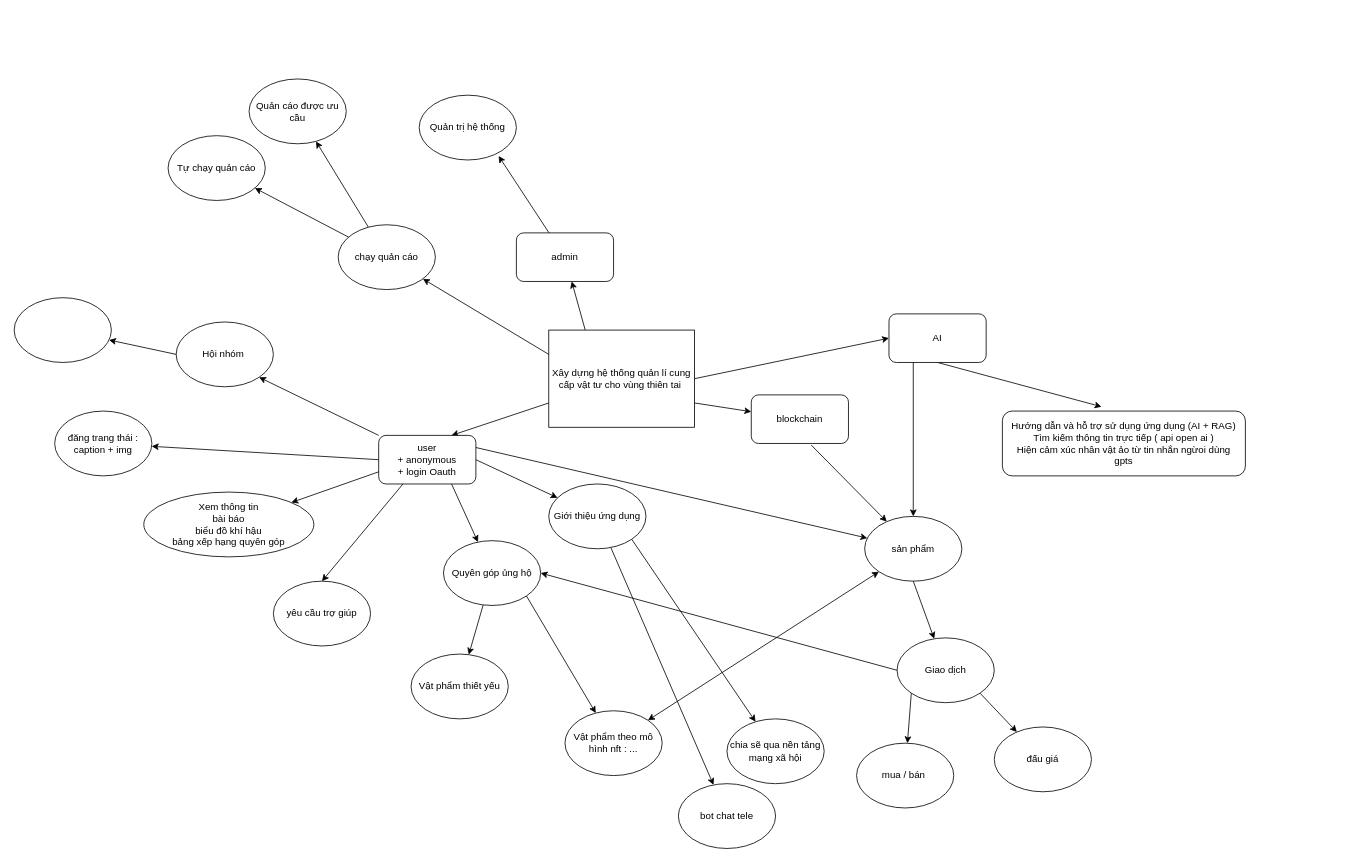
Above: design.dio in cnkhUtc2/design (draw.io), before the change. Source tidied: cells renumbered, new cells numbered last; positions are measured from the earlier drawing's top-left corner, leaving out a move shared by most shapes. Both pictures are drawn from the tidied source at 81%, with x=0, y=0 at pixel (14, 79).
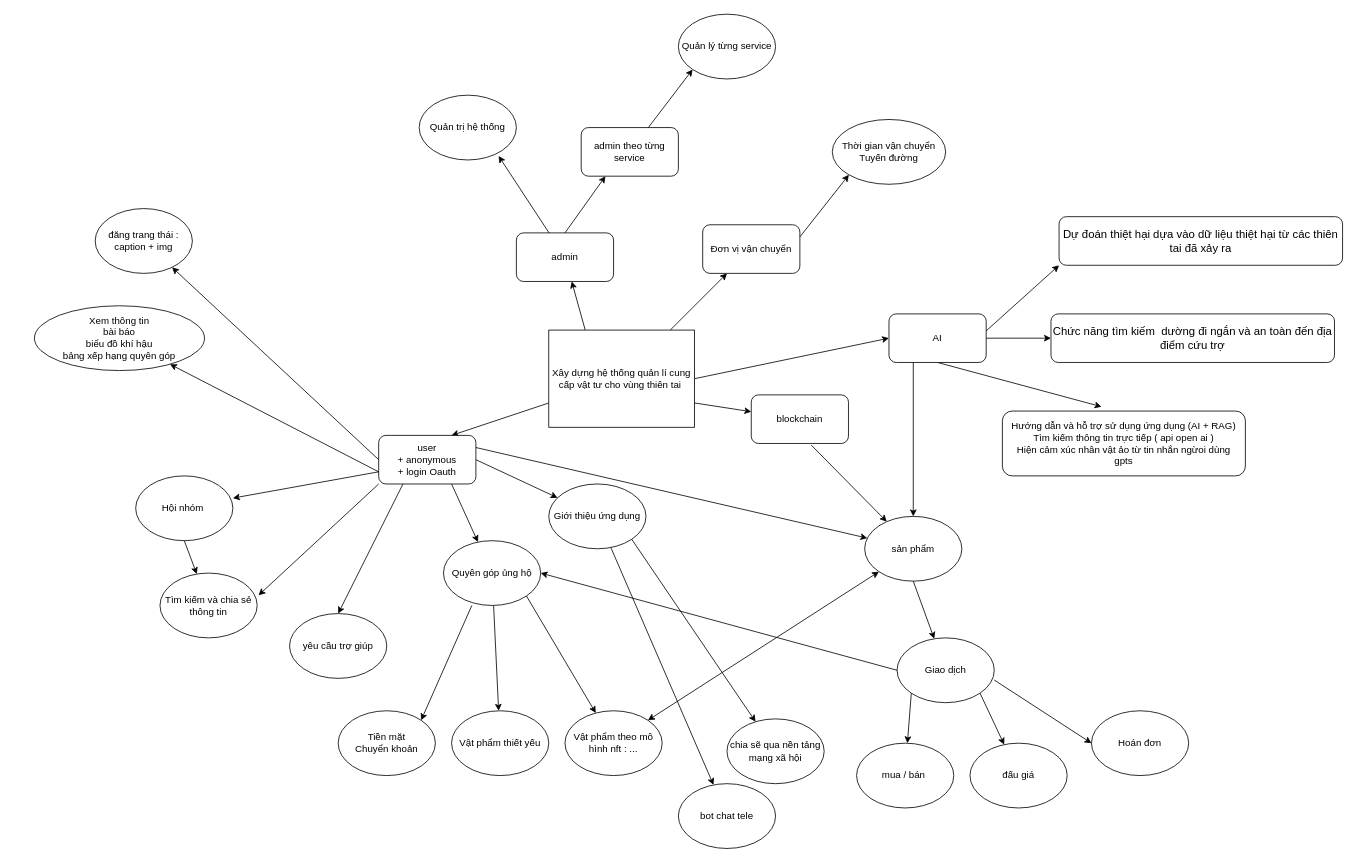
Above is the later version.

The change refers to these unchanged cells:
```xml
<mxCell id="3" value="Xây dựng hệ thống quản lí cung cấp vật tư cho vùng thiên tai&amp;nbsp;" style="rounded=0;whiteSpace=wrap;html=1;" parent="1" vertex="1">
  <mxGeometry x="660" y="310" width="180" height="120" as="geometry" />
</mxCell>
<mxCell id="5" value="user&lt;br&gt;+ anonymous&lt;br&gt;+ login Oauth" style="rounded=1;whiteSpace=wrap;html=1;" parent="1" vertex="1">
  <mxGeometry x="450" y="440" width="120" height="60" as="geometry" />
</mxCell>
<mxCell id="10" value="Quyên góp ủng hộ" style="ellipse;whiteSpace=wrap;html=1;" parent="1" vertex="1">
  <mxGeometry x="530" y="570" width="120" height="80" as="geometry" />
</mxCell>
<mxCell id="17" value="AI" style="rounded=1;whiteSpace=wrap;html=1;" parent="1" vertex="1">
  <mxGeometry x="1080" y="290" width="120" height="60" as="geometry" />
</mxCell>
<mxCell id="24" value="admin" style="rounded=1;whiteSpace=wrap;html=1;" parent="1" vertex="1">
  <mxGeometry x="620" y="190" width="120" height="60" as="geometry" />
</mxCell>
<mxCell id="42" value="Giao dịch" style="ellipse;whiteSpace=wrap;html=1;" parent="1" vertex="1">
  <mxGeometry x="1090" y="690" width="120" height="80" as="geometry" />
</mxCell>
```

The edit, as a diff of the source:
```diff
@@
     <mxCell id="12" value="yêu cầu trợ giúp" style="ellipse;whiteSpace=wrap;html=1;" parent="1" vertex="1">
-      <mxGeometry x="320" y="620" width="120" height="80" as="geometry" />
+      <mxGeometry x="340" y="660" width="120" height="80" as="geometry" />
     </mxCell>
@@
     <mxCell id="14" value="Xem thông tin&lt;br&gt;bài báo&lt;br&gt;biểu đồ khí hậu&lt;br&gt;bảng xếp hạng quyên góp" style="ellipse;whiteSpace=wrap;html=1;" parent="1" vertex="1">
-      <mxGeometry x="160" y="510" width="210" height="80" as="geometry" />
+      <mxGeometry x="25" y="280" width="210" height="80" as="geometry" />
     </mxCell>
@@
+    <mxCell id="55" style="edgeStyle=none;html=1;" parent="1" edge="1" source="17" target="56">
+      <mxGeometry relative="1" as="geometry" />
+    </mxCell>
@@
-    <mxCell id="19" style="endArrow=classic;html=1;exitX=0;exitY=0.25;exitDx=0;exitDy=0;" parent="1" edge="1" source="3" target="21">
-      <mxGeometry relative="1" as="geometry" />
-    </mxCell>
-    <mxCell id="20" style="edgeStyle=none;html=1;" parent="1" edge="1" source="21" target="32">
-      <mxGeometry relative="1" as="geometry" />
-    </mxCell>
-    <mxCell id="21" value="chạy quản cáo" style="ellipse;whiteSpace=wrap;html=1;" parent="1" vertex="1">
-      <mxGeometry x="400" y="180" width="120" height="80" as="geometry" />
-    </mxCell>
@@
     <mxCell id="26" value="Vật phẩm thiết yếu" style="ellipse;whiteSpace=wrap;html=1;" parent="1" vertex="1">
-      <mxGeometry x="490" y="710" width="120" height="80" as="geometry" />
+      <mxGeometry x="540" y="780" width="120" height="80" as="geometry" />
     </mxCell>
@@
-    <mxCell id="30" style="endArrow=classic;html=1;" parent="1" edge="1" source="21" target="31">
-      <mxGeometry relative="1" as="geometry" />
-    </mxCell>
-    <mxCell id="31" value="Tự chạy quản cáo" style="ellipse;whiteSpace=wrap;html=1;" parent="1" vertex="1">
-      <mxGeometry x="190" y="70" width="120" height="80" as="geometry" />
-    </mxCell>
-    <mxCell id="32" value="Quản cáo được ưu cầu" style="ellipse;whiteSpace=wrap;html=1;" parent="1" vertex="1">
-      <mxGeometry x="290" width="120" height="80" as="geometry" />
-    </mxCell>
@@
     <mxCell id="34" value="đăng trang thái : caption + img" style="ellipse;whiteSpace=wrap;html=1;" parent="1" vertex="1">
-      <mxGeometry x="50" y="410" width="120" height="80" as="geometry" />
+      <mxGeometry x="100" y="160" width="120" height="80" as="geometry" />
     </mxCell>
@@
     <mxCell id="47" value="đấu giá" style="ellipse;whiteSpace=wrap;html=1;" parent="1" vertex="1">
-      <mxGeometry x="1210" y="800" width="120" height="80" as="geometry" />
+      <mxGeometry x="1180" y="820" width="120" height="80" as="geometry" />
     </mxCell>
@@
-    <mxCell id="49" style="endArrow=classic;html=1;exitX=0;exitY=0;exitDx=0;exitDy=0;entryX=1;entryY=1;entryDx=0;entryDy=0;" parent="1" edge="1" source="5" target="50">
-      <mxGeometry relative="1" as="geometry" />
-    </mxCell>
-    <mxCell id="50" value="Hội nhóm&amp;nbsp;" style="ellipse;whiteSpace=wrap;html=1;" parent="1" vertex="1">
-      <mxGeometry x="200" y="300" width="120" height="80" as="geometry" />
-    </mxCell>
-    <mxCell id="51" style="endArrow=classic;html=1;exitX=0;exitY=0.5;exitDx=0;exitDy=0;" parent="1" edge="1" source="50" target="52">
-      <mxGeometry relative="1" as="geometry" />
-    </mxCell>
-    <mxCell id="52" style="ellipse;whiteSpace=wrap;html=1;" parent="1" vertex="1">
-      <mxGeometry y="270" width="120" height="80" as="geometry" />
-    </mxCell>
@@
+    <mxCell id="56" value="&lt;font style=&quot;font-size: 14px;&quot;&gt;Chức năng tìm kiếm&amp;nbsp; dường đi ngắn và an toàn đến địa điểm cứu trợ&lt;/font&gt;" style="rounded=1;whiteSpace=wrap;html=1;" parent="1" vertex="1">
+      <mxGeometry x="1280" y="290" width="350" height="60" as="geometry" />
+    </mxCell>
+    <mxCell id="57" value="Đơn vị vận chuyển" style="rounded=1;whiteSpace=wrap;html=1;" parent="1" vertex="1">
+      <mxGeometry x="850" y="180" width="120" height="60" as="geometry" />
+    </mxCell>
+    <mxCell id="58" value="Thời gian vận chuyển&lt;div&gt;Tuyến đường&lt;/div&gt;" style="ellipse;whiteSpace=wrap;html=1;" parent="1" vertex="1">
+      <mxGeometry x="1010" y="50" width="140" height="80" as="geometry" />
+    </mxCell>
+    <mxCell id="59" style="endArrow=classic;html=1;" parent="1" edge="1" target="57">
+      <mxGeometry relative="1" as="geometry">
+        <mxPoint x="810" y="310" as="sourcePoint" />
+      </mxGeometry>
+    </mxCell>
+    <mxCell id="60" style="edgeStyle=none;html=1;exitX=1;exitY=0.25;exitDx=0;exitDy=0;entryX=0;entryY=1;entryDx=0;entryDy=0;" parent="1" edge="1" source="57" target="58">
+      <mxGeometry relative="1" as="geometry" />
+    </mxCell>
+    <mxCell id="61" value="&lt;font style=&quot;font-size: 14px;&quot;&gt;Dự đoán thiệt hại dựa vào dữ liệu thiệt hại từ các thiên tai đã xảy ra&lt;/font&gt;" style="rounded=1;whiteSpace=wrap;html=1;" parent="1" vertex="1">
+      <mxGeometry x="1290" y="170" width="350" height="60" as="geometry" />
+    </mxCell>
+    <mxCell id="62" style="endArrow=classic;html=1;entryX=0;entryY=1;entryDx=0;entryDy=0;" parent="1" edge="1" target="61">
+      <mxGeometry relative="1" as="geometry">
+        <mxPoint x="1200" y="311" as="sourcePoint" />
+      </mxGeometry>
+    </mxCell>
+    <mxCell id="63" value="admin theo từng service" style="rounded=1;whiteSpace=wrap;html=1;" parent="1" vertex="1">
+      <mxGeometry x="700" y="60" width="120" height="60" as="geometry" />
+    </mxCell>
+    <mxCell id="64" value="Quản lý từng service" style="ellipse;whiteSpace=wrap;html=1;" parent="1" vertex="1">
+      <mxGeometry x="820" y="-80" width="120" height="80" as="geometry" />
+    </mxCell>
+    <mxCell id="65" style="edgeStyle=none;html=1;entryX=0.25;entryY=1;entryDx=0;entryDy=0;exitX=0.5;exitY=0;exitDx=0;exitDy=0;" parent="1" edge="1" source="24" target="63">
+      <mxGeometry relative="1" as="geometry" />
+    </mxCell>
+    <mxCell id="66" style="edgeStyle=none;html=1;entryX=0;entryY=1;entryDx=0;entryDy=0;" parent="1" edge="1" source="63" target="64">
+      <mxGeometry relative="1" as="geometry" />
+    </mxCell>
+    <mxCell id="67" value="Tiền mặt&lt;br&gt;Chuyển khoản" style="ellipse;whiteSpace=wrap;html=1;" parent="1" vertex="1">
+      <mxGeometry x="400" y="780" width="120" height="80" as="geometry" />
+    </mxCell>
+    <mxCell id="68" style="edgeStyle=none;html=1;exitX=0.292;exitY=0.999;exitDx=0;exitDy=0;exitPerimeter=0;entryX=1;entryY=0;entryDx=0;entryDy=0;" parent="1" edge="1" source="10" target="67">
+      <mxGeometry relative="1" as="geometry" />
+    </mxCell>
+    <mxCell id="50" value="Hội nhóm&amp;nbsp;" style="ellipse;whiteSpace=wrap;html=1;" parent="1" vertex="1">
+      <mxGeometry x="150" y="490" width="120" height="80" as="geometry" />
+    </mxCell>
+    <mxCell id="49" style="endArrow=classic;html=1;entryX=1;entryY=0.343;entryDx=0;entryDy=0;entryPerimeter=0;exitX=0;exitY=0.75;exitDx=0;exitDy=0;" parent="1" edge="1" source="5" target="50">
+      <mxGeometry relative="1" as="geometry" />
+    </mxCell>
+    <mxCell id="69" value="Tìm kiếm và chia sẻ thông tin" style="ellipse;whiteSpace=wrap;html=1;" parent="1" vertex="1">
+      <mxGeometry x="180" y="610" width="120" height="80" as="geometry" />
+    </mxCell>
+    <mxCell id="70" style="endArrow=classic;html=1;exitX=0;exitY=1;exitDx=0;exitDy=0;entryX=1.014;entryY=0.343;entryDx=0;entryDy=0;entryPerimeter=0;" parent="1" edge="1" source="5" target="69">
+      <mxGeometry relative="1" as="geometry" />
+    </mxCell>
+    <mxCell id="71" style="endArrow=classic;html=1;exitX=0.5;exitY=1;exitDx=0;exitDy=0;" parent="1" edge="1" source="50" target="69">
+      <mxGeometry relative="1" as="geometry" />
+    </mxCell>
+    <mxCell id="72" value="Hoán đơn" style="ellipse;whiteSpace=wrap;html=1;" parent="1" vertex="1">
+      <mxGeometry x="1330" y="780" width="120" height="80" as="geometry" />
+    </mxCell>
+    <mxCell id="73" style="endArrow=classic;html=1;exitX=0.999;exitY=0.65;exitDx=0;exitDy=0;exitPerimeter=0;entryX=0;entryY=0.5;entryDx=0;entryDy=0;" parent="1" edge="1" source="42" target="72">
+      <mxGeometry relative="1" as="geometry" />
+    </mxCell>
```
